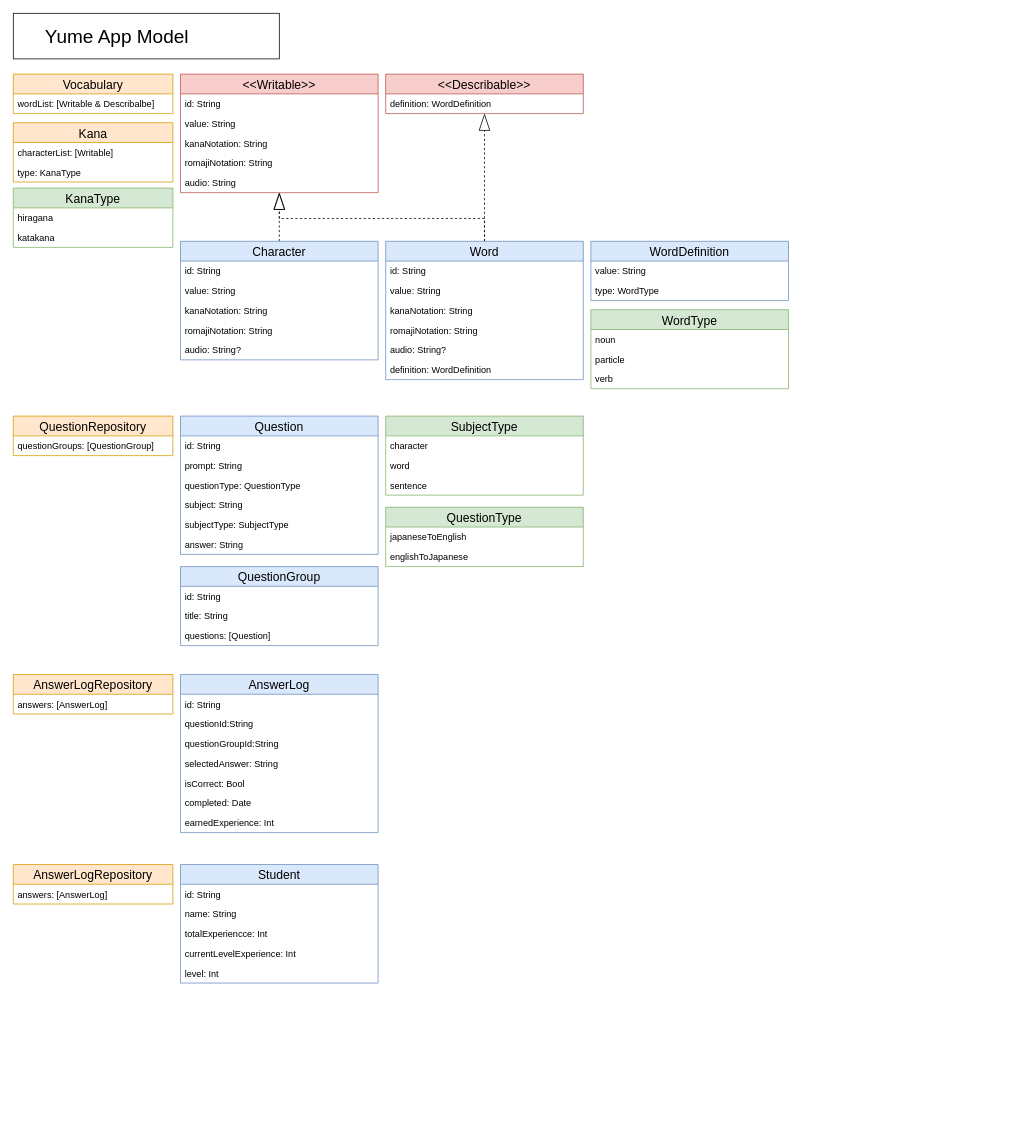
The draw.io diagram docs/draws/model.drawio in bigosm/JapaneseApp, before the edit. Source tidied: cells renumbered, new cells numbered last; positions are measured from the earlier drawing's top-left corner, leaving out a move shared by most shapes. Both pictures are drawn from the tidied source at 76%, with x=0, y=0 at pixel (13, 13).
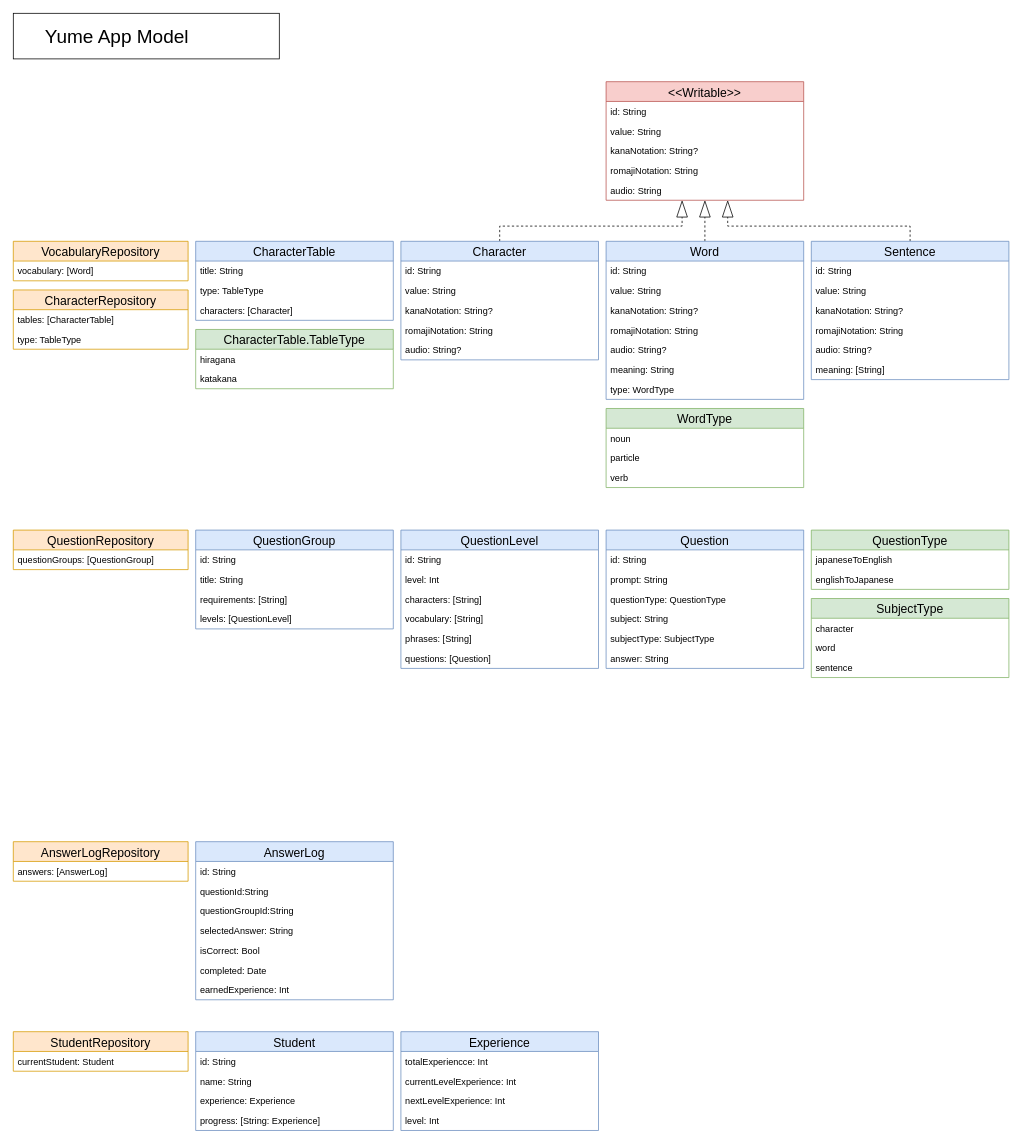
Above is the later version.

The edit, as a diff of the source:
```diff
@@
     <mxCell id="2" style="edgeStyle=orthogonalEdgeStyle;rounded=0;jettySize=auto;html=1;fontSize=25;dashed=1;endArrow=blockThin;endFill=0;endSize=20;" parent="1" edge="1" source="3" target="25">
-      <mxGeometry relative="1" as="geometry" />
+      <mxGeometry relative="1" as="geometry">
+        <Array as="points">
+          <mxPoint x="640" y="280" />
+          <mxPoint x="880" y="280" />
+        </Array>
+      </mxGeometry>
     </mxCell>
     <mxCell id="3" value="Character" style="swimlane;fontStyle=0;horizontal=1;startSize=26;fillColor=#dae8fc;strokeColor=#6c8ebf;fontSize=16;" parent="1" vertex="1">
-      <mxGeometry x="220" y="300" width="260" height="156" as="geometry" />
+      <mxGeometry x="510" y="300" width="260" height="156" as="geometry" />
     </mxCell>
@@
-    <mxCell id="6" value="kanaNotation: String" style="text;align=left;verticalAlign=top;spacingLeft=4;spacingRight=4;overflow=hidden;" parent="3" vertex="1">
+    <mxCell id="6" value="kanaNotation: String?" style="text;align=left;verticalAlign=top;spacingLeft=4;spacingRight=4;overflow=hidden;" parent="3" vertex="1">
       <mxGeometry y="78" width="260" height="26" as="geometry" />
     </mxCell>
@@
-    <mxCell id="9" style="edgeStyle=orthogonalEdgeStyle;rounded=0;jettySize=auto;html=1;fontSize=25;dashed=1;endArrow=blockThin;endFill=0;endSize=20;" parent="1" edge="1" source="11" target="25">
+    <mxCell id="9" style="edgeStyle=orthogonalEdgeStyle;rounded=0;jettySize=auto;html=1;fontSize=25;dashed=1;endArrow=blockThin;endFill=0;endSize=20;exitX=0.5;exitY=0;exitDx=0;exitDy=0;" parent="1" edge="1" source="11" target="25">
       <mxGeometry relative="1" as="geometry">
         <Array as="points">
-          <mxPoint x="620" y="270" />
-          <mxPoint x="350" y="270" />
+          <mxPoint x="910" y="300" />
+          <mxPoint x="910" y="300" />
         </Array>
       </mxGeometry>
     </mxCell>
-    <mxCell id="10" style="edgeStyle=orthogonalEdgeStyle;rounded=0;jettySize=auto;html=1;fontSize=25;dashed=1;endArrow=blockThin;endFill=0;endSize=20;" parent="1" edge="1" source="11" target="32">
-      <mxGeometry relative="1" as="geometry" />
-    </mxCell>
     <mxCell id="11" value="Word" style="swimlane;fontStyle=0;horizontal=1;startSize=26;fillColor=#dae8fc;strokeColor=#6c8ebf;fontSize=16;" parent="1" vertex="1">
-      <mxGeometry x="490" y="300" width="260" height="182" as="geometry" />
+      <mxGeometry x="780" y="300" width="260" height="208" as="geometry" />
     </mxCell>
@@
-    <mxCell id="13" value="value: String" style="text;align=left;verticalAlign=top;spacingLeft=4;spacingRight=4;overflow=hidden;" parent="11" vertex="1">
-      <mxGeometry y="52" width="260" height="26" as="geometry" />
-    </mxCell>
+    <mxCell id="80" value="value: String" style="text;align=left;verticalAlign=top;spacingLeft=4;spacingRight=4;overflow=hidden;" parent="11" vertex="1">
+      <mxGeometry y="52" width="260" height="26" as="geometry" />
+    </mxCell>
-    <mxCell id="14" value="kanaNotation: String" style="text;align=left;verticalAlign=top;spacingLeft=4;spacingRight=4;overflow=hidden;" parent="11" vertex="1">
+    <mxCell id="14" value="kanaNotation: String?" style="text;align=left;verticalAlign=top;spacingLeft=4;spacingRight=4;overflow=hidden;" parent="11" vertex="1">
       <mxGeometry y="78" width="260" height="26" as="geometry" />
     </mxCell>
@@
-    <mxCell id="17" value="definition: WordDefinition" style="text;align=left;verticalAlign=top;spacingLeft=4;spacingRight=4;overflow=hidden;" parent="11" vertex="1">
+    <mxCell id="17" value="meaning: String&#10;" style="text;align=left;verticalAlign=top;spacingLeft=4;spacingRight=4;overflow=hidden;" parent="11" vertex="1">
       <mxGeometry y="156" width="260" height="26" as="geometry" />
     </mxCell>
-    <mxCell id="18" value="WordDefinition" style="swimlane;fontStyle=0;horizontal=1;startSize=26;fillColor=#dae8fc;strokeColor=#6c8ebf;fontSize=16;" parent="1" vertex="1">
-      <mxGeometry x="760" y="300" width="260" height="78" as="geometry" />
-    </mxCell>
-    <mxCell id="19" value="value: String" style="text;align=left;verticalAlign=top;spacingLeft=4;spacingRight=4;overflow=hidden;" parent="18" vertex="1">
-      <mxGeometry y="26" width="260" height="26" as="geometry" />
-    </mxCell>
-    <mxCell id="20" value="type: WordType" style="text;align=left;verticalAlign=top;spacingLeft=4;spacingRight=4;overflow=hidden;" parent="18" vertex="1">
-      <mxGeometry y="52" width="260" height="26" as="geometry" />
+    <mxCell id="20" value="type: WordType" style="text;align=left;verticalAlign=top;spacingLeft=4;spacingRight=4;overflow=hidden;" parent="11" vertex="1">
+      <mxGeometry y="182" width="260" height="26" as="geometry" />
     </mxCell>
     <mxCell id="21" value="WordType" style="swimlane;fontStyle=0;horizontal=1;startSize=26;fillColor=#d5e8d4;strokeColor=#82b366;fontSize=16;" parent="1" vertex="1">
-      <mxGeometry x="760" y="390" width="260" height="104" as="geometry" />
+      <mxGeometry x="780" y="520" width="260" height="104" as="geometry" />
     </mxCell>
@@
     <mxCell id="25" value="&lt;&lt;Writable&gt;&gt;" style="swimlane;fontStyle=0;horizontal=1;startSize=26;fillColor=#f8cecc;strokeColor=#b85450;fontSize=16;" parent="1" vertex="1">
-      <mxGeometry x="220" y="80" width="260" height="156" as="geometry" />
+      <mxGeometry x="780" y="90" width="260" height="156" as="geometry" />
     </mxCell>
@@
-    <mxCell id="28" value="kanaNotation: String" style="text;strokeColor=none;fillColor=none;align=left;verticalAlign=top;spacingLeft=4;spacingRight=4;overflow=hidden;" parent="25" vertex="1">
+    <mxCell id="28" value="kanaNotation: String?" style="text;strokeColor=none;fillColor=none;align=left;verticalAlign=top;spacingLeft=4;spacingRight=4;overflow=hidden;" parent="25" vertex="1">
       <mxGeometry y="78" width="260" height="26" as="geometry" />
     </mxCell>
@@
-    <mxCell id="32" value="&lt;&lt;Describable&gt;&gt;" style="swimlane;fontStyle=0;horizontal=1;startSize=26;fillColor=#f8cecc;strokeColor=#b85450;fontSize=16;" parent="1" vertex="1">
-      <mxGeometry x="490" y="80" width="260" height="52" as="geometry" />
-    </mxCell>
-    <mxCell id="33" value="definition: WordDefinition" style="text;strokeColor=none;fillColor=none;align=left;verticalAlign=top;spacingLeft=4;spacingRight=4;overflow=hidden;" parent="32" vertex="1">
-      <mxGeometry y="26" width="260" height="26" as="geometry" />
-    </mxCell>
-    <mxCell id="34" value="Vocabulary" style="swimlane;fontStyle=0;horizontal=1;startSize=26;fillColor=#ffe6cc;fontSize=16;align=center;strokeColor=#d79b00;" parent="1" vertex="1">
-      <mxGeometry y="80" width="210" height="52" as="geometry" />
+    <mxCell id="34" value="VocabularyRepository" style="swimlane;fontStyle=0;horizontal=1;startSize=26;fillColor=#ffe6cc;fontSize=16;align=center;strokeColor=#d79b00;" parent="1" vertex="1">
+      <mxGeometry y="300" width="230" height="52" as="geometry" />
     </mxCell>
-    <mxCell id="35" value="wordList: [Writable &amp; Describalbe]" style="text;strokeColor=none;fillColor=none;align=left;verticalAlign=top;spacingLeft=4;spacingRight=4;overflow=hidden;" parent="34" vertex="1">
-      <mxGeometry y="26" width="210" height="26" as="geometry" />
+    <mxCell id="35" value="vocabulary: [Word]" style="text;strokeColor=none;fillColor=none;align=left;verticalAlign=top;spacingLeft=4;spacingRight=4;overflow=hidden;" parent="34" vertex="1">
+      <mxGeometry y="26" width="230" height="26" as="geometry" />
     </mxCell>
-    <mxCell id="36" value="Kana" style="swimlane;fontStyle=0;horizontal=1;startSize=26;fillColor=#ffe6cc;fontSize=16;align=center;strokeColor=#d79b00;" parent="1" vertex="1">
-      <mxGeometry y="144" width="210" height="78" as="geometry" />
+    <mxCell id="36" value="CharacterRepository" style="swimlane;fontStyle=0;horizontal=1;startSize=26;fillColor=#ffe6cc;fontSize=16;align=center;strokeColor=#d79b00;" parent="1" vertex="1">
+      <mxGeometry y="364" width="230" height="78" as="geometry" />
     </mxCell>
-    <mxCell id="37" value="characterList: [Writable]" style="text;strokeColor=none;fillColor=none;align=left;verticalAlign=top;spacingLeft=4;spacingRight=4;overflow=hidden;" parent="36" vertex="1">
-      <mxGeometry y="26" width="210" height="26" as="geometry" />
+    <mxCell id="37" value="tables: [CharacterTable]" style="text;strokeColor=none;fillColor=none;align=left;verticalAlign=top;spacingLeft=4;spacingRight=4;overflow=hidden;" parent="36" vertex="1">
+      <mxGeometry y="26" width="230" height="26" as="geometry" />
     </mxCell>
-    <mxCell id="38" value="type: KanaType" style="text;strokeColor=none;fillColor=none;align=left;verticalAlign=top;spacingLeft=4;spacingRight=4;overflow=hidden;" parent="36" vertex="1">
-      <mxGeometry y="52" width="210" height="26" as="geometry" />
+    <mxCell id="38" value="type: TableType" style="text;strokeColor=none;fillColor=none;align=left;verticalAlign=top;spacingLeft=4;spacingRight=4;overflow=hidden;" parent="36" vertex="1">
+      <mxGeometry y="52" width="230" height="26" as="geometry" />
     </mxCell>
-    <mxCell id="39" value="KanaType" style="swimlane;fontStyle=0;horizontal=1;startSize=26;fillColor=#d5e8d4;strokeColor=#82b366;fontSize=16;" parent="1" vertex="1">
-      <mxGeometry y="230" width="210" height="78" as="geometry" />
+    <mxCell id="39" value="CharacterTable.TableType" style="swimlane;fontStyle=0;horizontal=1;startSize=26;fillColor=#d5e8d4;strokeColor=#82b366;fontSize=16;" parent="1" vertex="1">
+      <mxGeometry x="240" y="416" width="260" height="78" as="geometry" />
     </mxCell>
     <mxCell id="40" value="hiragana" style="text;align=left;verticalAlign=top;spacingLeft=4;spacingRight=4;overflow=hidden;" parent="39" vertex="1">
-      <mxGeometry y="26" width="210" height="26" as="geometry" />
+      <mxGeometry y="26" width="260" height="26" as="geometry" />
     </mxCell>
     <mxCell id="41" value="katakana" style="text;align=left;verticalAlign=top;spacingLeft=4;spacingRight=4;overflow=hidden;" parent="39" vertex="1">
-      <mxGeometry y="52" width="210" height="26" as="geometry" />
+      <mxGeometry y="52" width="260" height="26" as="geometry" />
     </mxCell>
     <mxCell id="42" value="Question" style="swimlane;fontStyle=0;horizontal=1;startSize=26;fillColor=#dae8fc;strokeColor=#6c8ebf;fontSize=16;" parent="1" vertex="1">
-      <mxGeometry x="220" y="530" width="260" height="182" as="geometry" />
+      <mxGeometry x="780" y="680" width="260" height="182" as="geometry" />
     </mxCell>
@@
     <mxCell id="49" value="SubjectType" style="swimlane;fontStyle=0;horizontal=1;startSize=26;fillColor=#d5e8d4;strokeColor=#82b366;fontSize=16;" parent="1" vertex="1">
-      <mxGeometry x="490" y="530" width="260" height="104" as="geometry" />
+      <mxGeometry x="1050" y="770" width="260" height="104" as="geometry" />
     </mxCell>
@@
     <mxCell id="53" value="QuestionType" style="swimlane;fontStyle=0;horizontal=1;startSize=26;fillColor=#d5e8d4;strokeColor=#82b366;fontSize=16;" parent="1" vertex="1">
-      <mxGeometry x="490" y="650" width="260" height="78" as="geometry" />
+      <mxGeometry x="1050" y="680" width="260" height="78" as="geometry" />
     </mxCell>
@@
     <mxCell id="56" value="QuestionGroup" style="swimlane;fontStyle=0;horizontal=1;startSize=26;fillColor=#dae8fc;strokeColor=#6c8ebf;fontSize=16;" parent="1" vertex="1">
-      <mxGeometry x="220" y="728" width="260" height="104" as="geometry" />
+      <mxGeometry x="240" y="680" width="260" height="130" as="geometry" />
     </mxCell>
@@
-    <mxCell id="59" value="questions: [Question]" style="text;align=left;verticalAlign=top;spacingLeft=4;spacingRight=4;overflow=hidden;" parent="56" vertex="1">
-      <mxGeometry y="78" width="260" height="26" as="geometry" />
-    </mxCell>
+    <mxCell id="81" value="requirements: [String]" style="text;align=left;verticalAlign=top;spacingLeft=4;spacingRight=4;overflow=hidden;" parent="56" vertex="1">
+      <mxGeometry y="78" width="260" height="26" as="geometry" />
+    </mxCell>
+    <mxCell id="82" value="levels: [QuestionLevel]" style="text;align=left;verticalAlign=top;spacingLeft=4;spacingRight=4;overflow=hidden;" parent="56" vertex="1">
+      <mxGeometry y="104" width="260" height="26" as="geometry" />
+    </mxCell>
     <mxCell id="60" value="AnswerLog" style="swimlane;fontStyle=0;horizontal=1;startSize=26;fillColor=#dae8fc;strokeColor=#6c8ebf;fontSize=16;" parent="1" vertex="1">
-      <mxGeometry x="220" y="870" width="260" height="208" as="geometry" />
+      <mxGeometry x="240" y="1090" width="260" height="208" as="geometry" />
     </mxCell>
@@
     <mxCell id="68" value="QuestionRepository" style="swimlane;fontStyle=0;horizontal=1;startSize=26;fillColor=#ffe6cc;strokeColor=#d79b00;fontSize=16;" parent="1" vertex="1">
-      <mxGeometry y="530" width="210" height="52" as="geometry" />
+      <mxGeometry y="680" width="230" height="52" as="geometry" />
     </mxCell>
     <mxCell id="69" value="questionGroups: [QuestionGroup]" style="text;align=left;verticalAlign=top;spacingLeft=4;spacingRight=4;overflow=hidden;" parent="68" vertex="1">
-      <mxGeometry y="26" width="210" height="26" as="geometry" />
+      <mxGeometry y="26" width="230" height="26" as="geometry" />
     </mxCell>
     <mxCell id="70" value="AnswerLogRepository" style="swimlane;fontStyle=0;horizontal=1;startSize=26;fillColor=#ffe6cc;strokeColor=#d79b00;fontSize=16;" parent="1" vertex="1">
-      <mxGeometry y="870" width="210" height="52" as="geometry" />
+      <mxGeometry y="1090" width="230" height="52" as="geometry" />
     </mxCell>
     <mxCell id="71" value="answers: [AnswerLog]" style="text;align=left;verticalAlign=top;spacingLeft=4;spacingRight=4;overflow=hidden;" parent="70" vertex="1">
-      <mxGeometry y="26" width="210" height="26" as="geometry" />
+      <mxGeometry y="26" width="230" height="26" as="geometry" />
     </mxCell>
     <mxCell id="72" value="Student" style="swimlane;fontStyle=0;horizontal=1;startSize=26;fillColor=#dae8fc;strokeColor=#6c8ebf;fontSize=16;" parent="1" vertex="1">
-      <mxGeometry x="220" y="1120" width="260" height="156" as="geometry" />
+      <mxGeometry x="240" y="1340" width="260" height="130" as="geometry" />
     </mxCell>
@@
+    <mxCell id="83" value="experience: Experience" style="text;align=left;verticalAlign=top;spacingLeft=4;spacingRight=4;overflow=hidden;" parent="72" vertex="1">
+      <mxGeometry y="78" width="260" height="26" as="geometry" />
+    </mxCell>
+    <mxCell id="84" value="progress: [String: Experience]" style="text;align=left;verticalAlign=top;spacingLeft=4;spacingRight=4;overflow=hidden;" parent="72" vertex="1">
+      <mxGeometry y="104" width="260" height="26" as="geometry" />
+    </mxCell>
+    <mxCell id="78" value="StudentRepository" style="swimlane;fontStyle=0;horizontal=1;startSize=26;fillColor=#ffe6cc;strokeColor=#d79b00;fontSize=16;" parent="1" vertex="1">
+      <mxGeometry y="1340" width="230" height="52" as="geometry" />
+    </mxCell>
+    <mxCell id="79" value="currentStudent: Student" style="text;align=left;verticalAlign=top;spacingLeft=4;spacingRight=4;overflow=hidden;" parent="78" vertex="1">
+      <mxGeometry y="26" width="230" height="26" as="geometry" />
+    </mxCell>
+    <mxCell id="85" value="Experience" style="swimlane;fontStyle=0;horizontal=1;startSize=26;fillColor=#dae8fc;strokeColor=#6c8ebf;fontSize=16;" parent="1" vertex="1">
+      <mxGeometry x="510" y="1340" width="260" height="130" as="geometry" />
+    </mxCell>
-    <mxCell id="75" value="totalExperiencce: Int" style="text;align=left;verticalAlign=top;spacingLeft=4;spacingRight=4;overflow=hidden;" parent="72" vertex="1">
-      <mxGeometry y="78" width="260" height="26" as="geometry" />
+    <mxCell id="75" value="totalExperiencce: Int" style="text;align=left;verticalAlign=top;spacingLeft=4;spacingRight=4;overflow=hidden;" parent="85" vertex="1">
+      <mxGeometry y="26" width="260" height="26" as="geometry" />
     </mxCell>
-    <mxCell id="76" value="currentLevelExperience: Int" style="text;align=left;verticalAlign=top;spacingLeft=4;spacingRight=4;overflow=hidden;" parent="72" vertex="1">
-      <mxGeometry y="104" width="260" height="26" as="geometry" />
+    <mxCell id="76" value="currentLevelExperience: Int" style="text;align=left;verticalAlign=top;spacingLeft=4;spacingRight=4;overflow=hidden;" parent="85" vertex="1">
+      <mxGeometry y="52" width="260" height="26" as="geometry" />
     </mxCell>
-    <mxCell id="77" value="level: Int" style="text;align=left;verticalAlign=top;spacingLeft=4;spacingRight=4;overflow=hidden;" parent="72" vertex="1">
-      <mxGeometry y="130" width="260" height="26" as="geometry" />
-    </mxCell>
-    <mxCell id="78" value="AnswerLogRepository" style="swimlane;fontStyle=0;horizontal=1;startSize=26;fillColor=#ffe6cc;strokeColor=#d79b00;fontSize=16;" parent="1" vertex="1">
-      <mxGeometry y="1120" width="210" height="52" as="geometry" />
-    </mxCell>
-    <mxCell id="79" value="answers: [AnswerLog]" style="text;align=left;verticalAlign=top;spacingLeft=4;spacingRight=4;overflow=hidden;" parent="78" vertex="1">
-      <mxGeometry y="26" width="210" height="26" as="geometry" />
-    </mxCell>
+    <mxCell id="86" value="nextLevelExperience: Int" style="text;align=left;verticalAlign=top;spacingLeft=4;spacingRight=4;overflow=hidden;" parent="85" vertex="1">
+      <mxGeometry y="78" width="260" height="26" as="geometry" />
+    </mxCell>
+    <mxCell id="87" value="level: Int" style="text;align=left;verticalAlign=top;spacingLeft=4;spacingRight=4;overflow=hidden;" parent="85" vertex="1">
+      <mxGeometry y="104" width="260" height="26" as="geometry" />
+    </mxCell>
+    <mxCell id="88" style="edgeStyle=orthogonalEdgeStyle;rounded=0;jettySize=auto;html=1;dashed=1;strokeWidth=1;endSize=20;endArrow=blockThin;endFill=0;jumpStyle=arc;" parent="1" edge="1" source="89" target="25">
+      <mxGeometry relative="1" as="geometry">
+        <Array as="points">
+          <mxPoint x="1180" y="280" />
+          <mxPoint x="940" y="280" />
+        </Array>
+      </mxGeometry>
+    </mxCell>
+    <mxCell id="89" value="Sentence" style="swimlane;fontStyle=0;horizontal=1;startSize=26;fillColor=#dae8fc;strokeColor=#6c8ebf;fontSize=16;" parent="1" vertex="1">
+      <mxGeometry x="1050" y="300" width="260" height="182" as="geometry" />
+    </mxCell>
+    <mxCell id="90" value="id: String" style="text;align=left;verticalAlign=top;spacingLeft=4;spacingRight=4;overflow=hidden;" parent="89" vertex="1">
+      <mxGeometry y="26" width="260" height="26" as="geometry" />
+    </mxCell>
+    <mxCell id="91" value="value: String" style="text;align=left;verticalAlign=top;spacingLeft=4;spacingRight=4;overflow=hidden;" parent="89" vertex="1">
+      <mxGeometry y="52" width="260" height="26" as="geometry" />
+    </mxCell>
+    <mxCell id="92" value="kanaNotation: String?" style="text;align=left;verticalAlign=top;spacingLeft=4;spacingRight=4;overflow=hidden;" parent="89" vertex="1">
+      <mxGeometry y="78" width="260" height="26" as="geometry" />
+    </mxCell>
+    <mxCell id="93" value="romajiNotation: String" style="text;align=left;verticalAlign=top;spacingLeft=4;spacingRight=4;overflow=hidden;" parent="89" vertex="1">
+      <mxGeometry y="104" width="260" height="26" as="geometry" />
+    </mxCell>
+    <mxCell id="94" value="audio: String?" style="text;align=left;verticalAlign=top;spacingLeft=4;spacingRight=4;overflow=hidden;" parent="89" vertex="1">
+      <mxGeometry y="130" width="260" height="26" as="geometry" />
+    </mxCell>
+    <mxCell id="95" value="meaning: [String]&#10;" style="text;align=left;verticalAlign=top;spacingLeft=4;spacingRight=4;overflow=hidden;" parent="89" vertex="1">
+      <mxGeometry y="156" width="260" height="26" as="geometry" />
+    </mxCell>
+    <mxCell id="96" value="CharacterTable" style="swimlane;fontStyle=0;horizontal=1;startSize=26;fillColor=#dae8fc;strokeColor=#6c8ebf;fontSize=16;" parent="1" vertex="1">
+      <mxGeometry x="240" y="300" width="260" height="104" as="geometry" />
+    </mxCell>
+    <mxCell id="97" value="title: String" style="text;align=left;verticalAlign=top;spacingLeft=4;spacingRight=4;overflow=hidden;" parent="96" vertex="1">
+      <mxGeometry y="26" width="260" height="26" as="geometry" />
+    </mxCell>
+    <mxCell id="98" value="type: TableType" style="text;align=left;verticalAlign=top;spacingLeft=4;spacingRight=4;overflow=hidden;" parent="96" vertex="1">
+      <mxGeometry y="52" width="260" height="26" as="geometry" />
+    </mxCell>
+    <mxCell id="99" value="characters: [Character]" style="text;align=left;verticalAlign=top;spacingLeft=4;spacingRight=4;overflow=hidden;" parent="96" vertex="1">
+      <mxGeometry y="78" width="260" height="26" as="geometry" />
+    </mxCell>
+    <mxCell id="100" value="QuestionLevel" style="swimlane;fontStyle=0;horizontal=1;startSize=26;fillColor=#dae8fc;strokeColor=#6c8ebf;fontSize=16;" parent="1" vertex="1">
+      <mxGeometry x="510" y="680" width="260" height="182" as="geometry" />
+    </mxCell>
+    <mxCell id="101" value="id: String" style="text;align=left;verticalAlign=top;spacingLeft=4;spacingRight=4;overflow=hidden;" parent="100" vertex="1">
+      <mxGeometry y="26" width="260" height="26" as="geometry" />
+    </mxCell>
+    <mxCell id="102" value="level: Int" style="text;align=left;verticalAlign=top;spacingLeft=4;spacingRight=4;overflow=hidden;" parent="100" vertex="1">
+      <mxGeometry y="52" width="260" height="26" as="geometry" />
+    </mxCell>
+    <mxCell id="103" value="characters: [String]" style="text;align=left;verticalAlign=top;spacingLeft=4;spacingRight=4;overflow=hidden;" parent="100" vertex="1">
+      <mxGeometry y="78" width="260" height="26" as="geometry" />
+    </mxCell>
+    <mxCell id="104" value="vocabulary: [String]&#10;&#10;&#10;" style="text;align=left;verticalAlign=top;spacingLeft=4;spacingRight=4;overflow=hidden;" parent="100" vertex="1">
+      <mxGeometry y="104" width="260" height="26" as="geometry" />
+    </mxCell>
+    <mxCell id="105" value="phrases: [String]" style="text;align=left;verticalAlign=top;spacingLeft=4;spacingRight=4;overflow=hidden;" parent="100" vertex="1">
+      <mxGeometry y="130" width="260" height="26" as="geometry" />
+    </mxCell>
+    <mxCell id="59" value="questions: [Question]" style="text;align=left;verticalAlign=top;spacingLeft=4;spacingRight=4;overflow=hidden;" parent="100" vertex="1">
+      <mxGeometry y="156" width="260" height="26" as="geometry" />
+    </mxCell>
```
